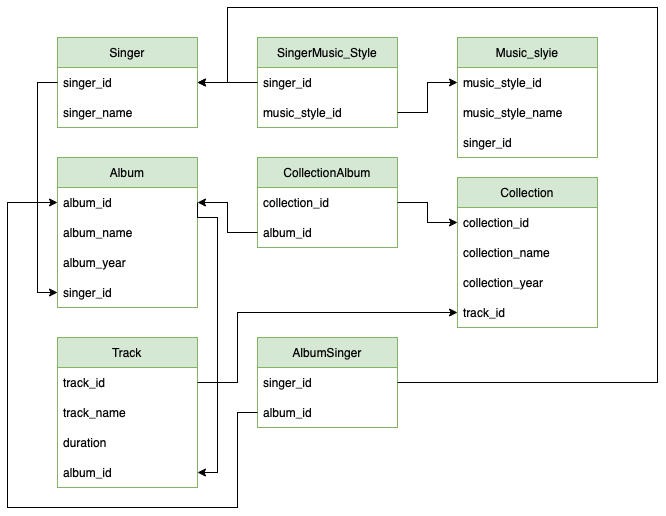
NavaEtin/DB_hw3_py46 keeps this draw.io diagram as ER_album_collection.png. Above is the earlier version. Source tidied: cells renumbered, new cells last; positions are measured from the earlier drawing's top-left corner, leaving out a move shared by most shapes.
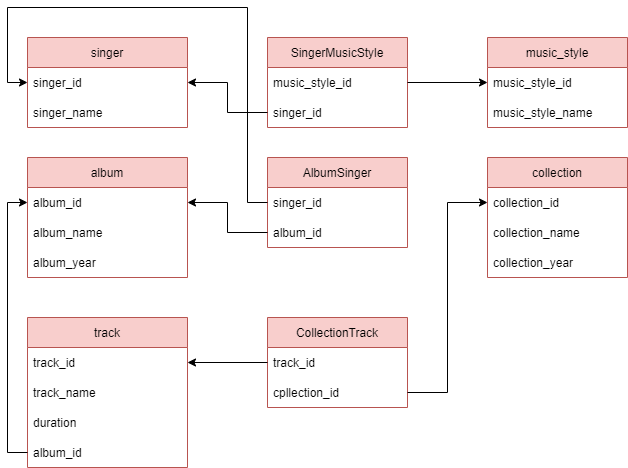
Later version of the same file.

Change to the diagram source:
```diff
@@ -2,150 +2,117 @@
   <root>
     <mxCell id="0" />
     <mxCell id="1" parent="0" />
-    <mxCell id="2" value="Singer" style="swimlane;fontStyle=0;horizontal=1;startSize=30;fillColor=#d5e8d4;strokeColor=#82b366;" parent="1" vertex="1">
-      <mxGeometry x="50" y="30" width="140" height="90" as="geometry" />
-    </mxCell>
-    <mxCell id="3" value="singer_id" style="text;strokeColor=none;fillColor=none;align=left;verticalAlign=middle;spacingLeft=4;spacingRight=4;overflow=hidden;points=[[0,0.5],[1,0.5]];portConstraint=eastwest;" parent="2" vertex="1">
-      <mxGeometry y="30" width="140" height="30" as="geometry" />
-    </mxCell>
+    <mxCell id="42" value="singer" style="swimlane;fontStyle=0;horizontal=1;startSize=30;fillColor=#f8cecc;strokeColor=#b85450;" parent="1" vertex="1">
+      <mxGeometry x="10" y="210" width="160" height="90" as="geometry" />
+    </mxCell>
+    <mxCell id="43" value="singer_id" style="text;strokeColor=none;fillColor=none;align=left;verticalAlign=middle;spacingLeft=4;spacingRight=4;overflow=hidden;points=[[0,0.5],[1,0.5]];portConstraint=eastwest;" parent="42" vertex="1">
+      <mxGeometry y="30" width="160" height="30" as="geometry" />
+    </mxCell>
-    <mxCell id="4" value="singer_name" style="text;strokeColor=none;fillColor=none;align=left;verticalAlign=middle;spacingLeft=4;spacingRight=4;overflow=hidden;" parent="2" vertex="1">
-      <mxGeometry y="60" width="140" height="30" as="geometry" />
+    <mxCell id="4" value="singer_name" style="text;strokeColor=none;fillColor=none;align=left;verticalAlign=middle;spacingLeft=4;spacingRight=4;overflow=hidden;" parent="42" vertex="1">
+      <mxGeometry y="60" width="160" height="30" as="geometry" />
     </mxCell>
-    <mxCell id="5" value="SingerMusic_Style" style="swimlane;fontStyle=0;horizontal=1;startSize=30;fillColor=#d5e8d4;strokeColor=#82b366;" parent="1" vertex="1">
-      <mxGeometry x="250" y="30" width="140" height="90" as="geometry" />
-    </mxCell>
-    <mxCell id="6" value="singer_id" style="text;strokeColor=none;fillColor=none;align=left;verticalAlign=middle;spacingLeft=4;spacingRight=4;overflow=hidden;points=[[0,0.5],[1,0.5]];portConstraint=eastwest;" parent="5" vertex="1">
-      <mxGeometry y="30" width="140" height="30" as="geometry" />
-    </mxCell>
-    <mxCell id="7" value="music_style_id" style="text;strokeColor=none;fillColor=none;align=left;verticalAlign=middle;spacingLeft=4;spacingRight=4;overflow=hidden;points=[[0,0.5],[1,0.5]];portConstraint=eastwest;" parent="5" vertex="1">
-      <mxGeometry y="60" width="140" height="30" as="geometry" />
-    </mxCell>
-    <mxCell id="8" value="Album" style="swimlane;fontStyle=0;horizontal=1;startSize=30;fillColor=#d5e8d4;strokeColor=#82b366;" parent="1" vertex="1">
-      <mxGeometry x="50" y="150" width="140" height="150" as="geometry" />
-    </mxCell>
-    <mxCell id="9" value="album_id" style="text;strokeColor=none;fillColor=none;align=left;verticalAlign=middle;spacingLeft=4;spacingRight=4;overflow=hidden;points=[[0,0.5],[1,0.5]];portConstraint=eastwest;" parent="8" vertex="1">
-      <mxGeometry y="30" width="140" height="30" as="geometry" />
-    </mxCell>
+    <mxCell id="44" value="album" style="swimlane;fontStyle=0;horizontal=1;startSize=30;fillColor=#f8cecc;strokeColor=#b85450;" parent="1" vertex="1">
+      <mxGeometry x="10" y="330" width="160" height="120" as="geometry" />
+    </mxCell>
+    <mxCell id="45" value="album_id" style="text;strokeColor=none;fillColor=none;align=left;verticalAlign=middle;spacingLeft=4;spacingRight=4;overflow=hidden;points=[[0,0.5],[1,0.5]];portConstraint=eastwest;" parent="44" vertex="1">
+      <mxGeometry y="30" width="160" height="30" as="geometry" />
+    </mxCell>
-    <mxCell id="10" value="album_name" style="text;strokeColor=none;fillColor=none;align=left;verticalAlign=middle;spacingLeft=4;spacingRight=4;overflow=hidden;" parent="8" vertex="1">
-      <mxGeometry y="60" width="140" height="30" as="geometry" />
+    <mxCell id="10" value="album_name" style="text;strokeColor=none;fillColor=none;align=left;verticalAlign=middle;spacingLeft=4;spacingRight=4;overflow=hidden;" parent="44" vertex="1">
+      <mxGeometry y="60" width="160" height="30" as="geometry" />
     </mxCell>
-    <mxCell id="11" value="album_year" style="text;strokeColor=none;fillColor=none;align=left;verticalAlign=middle;spacingLeft=4;spacingRight=4;overflow=hidden;" parent="8" vertex="1">
-      <mxGeometry y="90" width="140" height="30" as="geometry" />
+    <mxCell id="11" value="album_year" style="text;strokeColor=none;fillColor=none;align=left;verticalAlign=middle;spacingLeft=4;spacingRight=4;overflow=hidden;" parent="44" vertex="1">
+      <mxGeometry y="90" width="160" height="30" as="geometry" />
     </mxCell>
-    <mxCell id="12" value="singer_id" style="text;strokeColor=none;fillColor=none;align=left;verticalAlign=middle;spacingLeft=4;spacingRight=4;overflow=hidden;points=[[0,0.5],[1,0.5]];portConstraint=eastwest;" parent="8" vertex="1">
-      <mxGeometry y="120" width="140" height="30" as="geometry" />
-    </mxCell>
-    <mxCell id="13" value="CollectionAlbum" style="swimlane;fontStyle=0;horizontal=1;startSize=30;fillColor=#d5e8d4;strokeColor=#82b366;" parent="1" vertex="1">
-      <mxGeometry x="250" y="150" width="140" height="90" as="geometry" />
-    </mxCell>
-    <mxCell id="14" value="collection_id" style="text;strokeColor=none;fillColor=none;align=left;verticalAlign=middle;spacingLeft=4;spacingRight=4;overflow=hidden;points=[[0,0.5],[1,0.5]];portConstraint=eastwest;" parent="13" vertex="1">
-      <mxGeometry y="30" width="140" height="30" as="geometry" />
-    </mxCell>
-    <mxCell id="15" value="album_id" style="text;strokeColor=none;fillColor=none;align=left;verticalAlign=middle;spacingLeft=4;spacingRight=4;overflow=hidden;points=[[0,0.5],[1,0.5]];portConstraint=eastwest;" parent="13" vertex="1">
-      <mxGeometry y="60" width="140" height="30" as="geometry" />
-    </mxCell>
-    <mxCell id="16" value="Music_slyie" style="swimlane;fontStyle=0;horizontal=1;startSize=30;fillColor=#d5e8d4;strokeColor=#82b366;" parent="1" vertex="1">
-      <mxGeometry x="450" y="30" width="140" height="120" as="geometry" />
-    </mxCell>
-    <mxCell id="17" value="music_style_id" style="text;strokeColor=none;fillColor=none;align=left;verticalAlign=middle;spacingLeft=4;spacingRight=4;overflow=hidden;points=[[0,0.5],[1,0.5]];portConstraint=eastwest;" parent="16" vertex="1">
-      <mxGeometry y="30" width="140" height="30" as="geometry" />
-    </mxCell>
+    <mxCell id="46" value="track" style="swimlane;fontStyle=0;horizontal=1;startSize=30;fillColor=#f8cecc;strokeColor=#b85450;" parent="1" vertex="1">
+      <mxGeometry x="10" y="490" width="160" height="150" as="geometry" />
+    </mxCell>
+    <mxCell id="24" value="track_id" style="text;strokeColor=none;fillColor=none;align=left;verticalAlign=middle;spacingLeft=4;spacingRight=4;overflow=hidden;points=[[0,0.5],[1,0.5]];portConstraint=eastwest;" parent="46" vertex="1">
+      <mxGeometry y="30" width="160" height="30" as="geometry" />
+    </mxCell>
+    <mxCell id="27" value="track_name" style="text;strokeColor=none;fillColor=none;align=left;verticalAlign=middle;spacingLeft=4;spacingRight=4;overflow=hidden;" parent="46" vertex="1">
+      <mxGeometry y="60" width="160" height="30" as="geometry" />
+    </mxCell>
+    <mxCell id="28" value="duration" style="text;strokeColor=none;fillColor=none;align=left;verticalAlign=middle;spacingLeft=4;spacingRight=4;overflow=hidden;" parent="46" vertex="1">
+      <mxGeometry y="90" width="160" height="30" as="geometry" />
+    </mxCell>
+    <mxCell id="47" value="album_id" style="text;strokeColor=none;fillColor=none;align=left;verticalAlign=middle;spacingLeft=4;spacingRight=4;overflow=hidden;points=[[0,0.5],[1,0.5]];portConstraint=eastwest;" parent="46" vertex="1">
+      <mxGeometry y="120" width="160" height="30" as="geometry" />
+    </mxCell>
+    <mxCell id="48" value="SingerMusicStyle" style="swimlane;fontStyle=0;horizontal=1;startSize=30;fillColor=#f8cecc;strokeColor=#b85450;" parent="1" vertex="1">
+      <mxGeometry x="250" y="210" width="140" height="90" as="geometry" />
+    </mxCell>
+    <mxCell id="49" value="music_style_id" style="text;strokeColor=none;fillColor=none;align=left;verticalAlign=middle;spacingLeft=4;spacingRight=4;overflow=hidden;points=[[0,0.5],[1,0.5]];portConstraint=eastwest;" parent="48" vertex="1">
+      <mxGeometry y="30" width="140" height="30" as="geometry" />
+    </mxCell>
+    <mxCell id="50" value="singer_id" style="text;strokeColor=none;fillColor=none;align=left;verticalAlign=middle;spacingLeft=4;spacingRight=4;overflow=hidden;points=[[0,0.5],[1,0.5]];portConstraint=eastwest;" parent="48" vertex="1">
+      <mxGeometry y="60" width="140" height="30" as="geometry" />
+    </mxCell>
+    <mxCell id="51" value="music_style" style="swimlane;fontStyle=0;horizontal=1;startSize=30;fillColor=#f8cecc;strokeColor=#b85450;" parent="1" vertex="1">
+      <mxGeometry x="470" y="210" width="140" height="90" as="geometry" />
+    </mxCell>
+    <mxCell id="52" value="music_style_id" style="text;strokeColor=none;fillColor=none;align=left;verticalAlign=middle;spacingLeft=4;spacingRight=4;overflow=hidden;points=[[0,0.5],[1,0.5]];portConstraint=eastwest;" parent="51" vertex="1">
+      <mxGeometry y="30" width="140" height="30" as="geometry" />
+    </mxCell>
-    <mxCell id="18" value="music_style_name" style="text;strokeColor=none;fillColor=none;align=left;verticalAlign=middle;spacingLeft=4;spacingRight=4;overflow=hidden;" parent="16" vertex="1">
+    <mxCell id="18" value="music_style_name" style="text;strokeColor=none;fillColor=none;align=left;verticalAlign=middle;spacingLeft=4;spacingRight=4;overflow=hidden;" parent="51" vertex="1">
       <mxGeometry y="60" width="140" height="30" as="geometry" />
     </mxCell>
-    <mxCell id="19" value="singer_id" style="text;strokeColor=none;fillColor=none;align=left;verticalAlign=middle;spacingLeft=4;spacingRight=4;overflow=hidden;" parent="16" vertex="1">
-      <mxGeometry y="90" width="140" height="30" as="geometry" />
-    </mxCell>
-    <mxCell id="20" value="Collection" style="swimlane;fontStyle=0;horizontal=1;startSize=30;fillColor=#d5e8d4;strokeColor=#82b366;" parent="1" vertex="1">
-      <mxGeometry x="450" y="170" width="140" height="150" as="geometry" />
-    </mxCell>
-    <mxCell id="21" value="collection_id" style="text;strokeColor=none;fillColor=none;align=left;verticalAlign=middle;spacingLeft=4;spacingRight=4;overflow=hidden;points=[[0,0.5],[1,0.5]];portConstraint=eastwest;" parent="20" vertex="1">
-      <mxGeometry y="30" width="140" height="30" as="geometry" />
-    </mxCell>
+    <mxCell id="30" value="AlbumSinger" style="swimlane;fontStyle=0;horizontal=1;startSize=30;fillColor=#f8cecc;strokeColor=#b85450;" parent="1" vertex="1">
+      <mxGeometry x="250" y="330" width="140" height="90" as="geometry" />
+    </mxCell>
+    <mxCell id="53" value="singer_id" style="text;strokeColor=none;fillColor=none;align=left;verticalAlign=middle;spacingLeft=4;spacingRight=4;overflow=hidden;points=[[0,0.5],[1,0.5]];portConstraint=eastwest;" parent="30" vertex="1">
+      <mxGeometry y="30" width="140" height="30" as="geometry" />
+    </mxCell>
+    <mxCell id="54" value="album_id" style="text;strokeColor=none;fillColor=none;align=left;verticalAlign=middle;spacingLeft=4;spacingRight=4;overflow=hidden;points=[[0,0.5],[1,0.5]];portConstraint=eastwest;" parent="30" vertex="1">
+      <mxGeometry y="60" width="140" height="30" as="geometry" />
+    </mxCell>
+    <mxCell id="55" value="collection" style="swimlane;fontStyle=0;horizontal=1;startSize=30;fillColor=#f8cecc;strokeColor=#b85450;" parent="1" vertex="1">
+      <mxGeometry x="470" y="330" width="140" height="120" as="geometry" />
+    </mxCell>
+    <mxCell id="56" value="collection_id" style="text;strokeColor=none;fillColor=none;align=left;verticalAlign=middle;spacingLeft=4;spacingRight=4;overflow=hidden;points=[[0,0.5],[1,0.5]];portConstraint=eastwest;" parent="55" vertex="1">
+      <mxGeometry y="30" width="140" height="30" as="geometry" />
+    </mxCell>
-    <mxCell id="22" value="collection_name" style="text;strokeColor=none;fillColor=none;align=left;verticalAlign=middle;spacingLeft=4;spacingRight=4;overflow=hidden;" parent="20" vertex="1">
+    <mxCell id="22" value="collection_name" style="text;strokeColor=none;fillColor=none;align=left;verticalAlign=middle;spacingLeft=4;spacingRight=4;overflow=hidden;" parent="55" vertex="1">
       <mxGeometry y="60" width="140" height="30" as="geometry" />
     </mxCell>
-    <mxCell id="23" value="collection_year" style="text;strokeColor=none;fillColor=none;align=left;verticalAlign=middle;spacingLeft=4;spacingRight=4;overflow=hidden;" parent="20" vertex="1">
+    <mxCell id="23" value="collection_year" style="text;strokeColor=none;fillColor=none;align=left;verticalAlign=middle;spacingLeft=4;spacingRight=4;overflow=hidden;" parent="55" vertex="1">
       <mxGeometry y="90" width="140" height="30" as="geometry" />
     </mxCell>
-    <mxCell id="24" value="track_id" style="text;strokeColor=none;fillColor=none;align=left;verticalAlign=middle;spacingLeft=4;spacingRight=4;overflow=hidden;points=[[0,0.5],[1,0.5]];portConstraint=eastwest;" parent="20" vertex="1">
-      <mxGeometry y="120" width="140" height="30" as="geometry" />
-    </mxCell>
-    <mxCell id="25" value="Track" style="swimlane;fontStyle=0;horizontal=1;startSize=30;fillColor=#d5e8d4;strokeColor=#82b366;" parent="1" vertex="1">
-      <mxGeometry x="50" y="330" width="140" height="150" as="geometry" />
-    </mxCell>
+    <mxCell id="57" value="CollectionTrack" style="swimlane;fontStyle=0;horizontal=1;startSize=30;fillColor=#f8cecc;strokeColor=#b85450;" parent="1" vertex="1">
+      <mxGeometry x="250" y="490" width="140" height="90" as="geometry" />
+    </mxCell>
-    <mxCell id="26" value="track_id" style="text;strokeColor=none;fillColor=none;align=left;verticalAlign=middle;spacingLeft=4;spacingRight=4;overflow=hidden;points=[[0,0.5],[1,0.5]];portConstraint=eastwest;" parent="25" vertex="1">
+    <mxCell id="26" value="track_id" style="text;strokeColor=none;fillColor=none;align=left;verticalAlign=middle;spacingLeft=4;spacingRight=4;overflow=hidden;points=[[0,0.5],[1,0.5]];portConstraint=eastwest;" parent="57" vertex="1">
       <mxGeometry y="30" width="140" height="30" as="geometry" />
     </mxCell>
-    <mxCell id="27" value="track_name" style="text;strokeColor=none;fillColor=none;align=left;verticalAlign=middle;spacingLeft=4;spacingRight=4;overflow=hidden;" parent="25" vertex="1">
-      <mxGeometry y="60" width="140" height="30" as="geometry" />
-    </mxCell>
-    <mxCell id="28" value="duration" style="text;strokeColor=none;fillColor=none;align=left;verticalAlign=middle;spacingLeft=4;spacingRight=4;overflow=hidden;" parent="25" vertex="1">
-      <mxGeometry y="90" width="140" height="30" as="geometry" />
-    </mxCell>
-    <mxCell id="29" value="album_id" style="text;strokeColor=none;fillColor=none;align=left;verticalAlign=middle;spacingLeft=4;spacingRight=4;overflow=hidden;points=[[0,0.5],[1,0.5]];portConstraint=eastwest;" parent="25" vertex="1">
-      <mxGeometry y="120" width="140" height="30" as="geometry" />
-    </mxCell>
-    <mxCell id="30" value="AlbumSinger" style="swimlane;fontStyle=0;horizontal=1;startSize=30;fillColor=#d5e8d4;strokeColor=#82b366;" parent="1" vertex="1">
-      <mxGeometry x="250" y="330" width="140" height="90" as="geometry" />
-    </mxCell>
-    <mxCell id="31" value="singer_id" style="text;strokeColor=none;fillColor=none;align=left;verticalAlign=middle;spacingLeft=4;spacingRight=4;overflow=hidden;points=[[0,0.5],[1,0.5]];portConstraint=eastwest;" parent="30" vertex="1">
-      <mxGeometry y="30" width="140" height="30" as="geometry" />
-    </mxCell>
-    <mxCell id="32" value="album_id" style="text;strokeColor=none;fillColor=none;align=left;verticalAlign=middle;spacingLeft=4;spacingRight=4;overflow=hidden;points=[[0,0.5],[1,0.5]];portConstraint=eastwest;" parent="30" vertex="1">
-      <mxGeometry y="60" width="140" height="30" as="geometry" />
-    </mxCell>
-    <mxCell id="33" style="edgeStyle=orthogonalEdgeStyle;rounded=0;jettySize=auto;html=1;exitX=0;exitY=0.5;exitDx=0;exitDy=0;entryX=0;entryY=0.5;entryDx=0;entryDy=0;" parent="1" edge="1" source="3" target="12">
-      <mxGeometry relative="1" as="geometry" />
-    </mxCell>
-    <mxCell id="34" style="edgeStyle=orthogonalEdgeStyle;rounded=0;jettySize=auto;html=1;exitX=1;exitY=0.5;exitDx=0;exitDy=0;entryX=1;entryY=0.5;entryDx=0;entryDy=0;" parent="1" edge="1" source="9" target="29">
-      <mxGeometry relative="1" as="geometry">
-        <Array as="points">
-          <mxPoint x="190" y="210" />
-          <mxPoint x="210" y="210" />
-          <mxPoint x="210" y="465" />
-        </Array>
-      </mxGeometry>
-    </mxCell>
-    <mxCell id="35" style="edgeStyle=orthogonalEdgeStyle;rounded=0;jettySize=auto;html=1;exitX=1;exitY=0.5;exitDx=0;exitDy=0;entryX=0;entryY=0.5;entryDx=0;entryDy=0;" parent="1" edge="1" source="14" target="21">
-      <mxGeometry relative="1" as="geometry" />
-    </mxCell>
-    <mxCell id="36" style="edgeStyle=orthogonalEdgeStyle;rounded=0;jettySize=auto;html=1;exitX=0;exitY=0.5;exitDx=0;exitDy=0;" parent="1" edge="1" source="15" target="9">
-      <mxGeometry relative="1" as="geometry" />
-    </mxCell>
+    <mxCell id="58" value="cpllection_id" style="text;strokeColor=none;fillColor=none;align=left;verticalAlign=middle;spacingLeft=4;spacingRight=4;overflow=hidden;points=[[0,0.5],[1,0.5]];portConstraint=eastwest;" parent="57" vertex="1">
+      <mxGeometry y="60" width="140" height="30" as="geometry" />
+    </mxCell>
+    <mxCell id="59" style="edgeStyle=orthogonalEdgeStyle;rounded=0;jettySize=auto;html=1;exitX=0;exitY=0.5;exitDx=0;exitDy=0;entryX=1;entryY=0.5;entryDx=0;entryDy=0;" parent="1" edge="1" source="50" target="43">
+      <mxGeometry relative="1" as="geometry" />
+    </mxCell>
+    <mxCell id="60" style="edgeStyle=orthogonalEdgeStyle;rounded=0;jettySize=auto;html=1;exitX=1;exitY=0.5;exitDx=0;exitDy=0;" parent="1" edge="1" source="49" target="52">
+      <mxGeometry relative="1" as="geometry" />
+    </mxCell>
-    <mxCell id="37" style="edgeStyle=orthogonalEdgeStyle;rounded=0;jettySize=auto;html=1;exitX=1;exitY=0.5;exitDx=0;exitDy=0;entryX=0;entryY=0.5;entryDx=0;entryDy=0;" parent="1" edge="1" source="26" target="24">
-      <mxGeometry relative="1" as="geometry">
-        <Array as="points">
-          <mxPoint x="230" y="375" />
-          <mxPoint x="230" y="305" />
-        </Array>
-      </mxGeometry>
+    <mxCell id="37" style="edgeStyle=orthogonalEdgeStyle;rounded=0;jettySize=auto;html=1;exitX=0;exitY=0.5;exitDx=0;exitDy=0;entryX=1;entryY=0.5;entryDx=0;entryDy=0;" parent="1" edge="1" source="26" target="24">
+      <mxGeometry relative="1" as="geometry" />
     </mxCell>
-    <mxCell id="38" style="edgeStyle=orthogonalEdgeStyle;rounded=0;jettySize=auto;html=1;exitX=0;exitY=0.5;exitDx=0;exitDy=0;entryX=0;entryY=0.5;entryDx=0;entryDy=0;" parent="1" edge="1" source="32" target="9">
-      <mxGeometry relative="1" as="geometry">
-        <Array as="points">
-          <mxPoint x="230" y="405" />
-          <mxPoint x="230" y="500" />
-          <mxPoint y="500" />
-          <mxPoint y="195" />
-        </Array>
-      </mxGeometry>
-    </mxCell>
-    <mxCell id="39" style="edgeStyle=orthogonalEdgeStyle;rounded=0;jettySize=auto;html=1;exitX=1;exitY=0.5;exitDx=0;exitDy=0;entryX=0;entryY=0.5;entryDx=0;entryDy=0;" parent="1" edge="1" source="7" target="17">
-      <mxGeometry relative="1" as="geometry" />
-    </mxCell>
-    <mxCell id="40" style="edgeStyle=orthogonalEdgeStyle;rounded=0;jettySize=auto;html=1;exitX=0;exitY=0.5;exitDx=0;exitDy=0;entryX=1;entryY=0.5;entryDx=0;entryDy=0;" parent="1" edge="1" source="6" target="3">
-      <mxGeometry relative="1" as="geometry" />
-    </mxCell>
-    <mxCell id="41" style="edgeStyle=orthogonalEdgeStyle;rounded=0;jettySize=auto;html=1;exitX=1;exitY=0.5;exitDx=0;exitDy=0;entryX=1;entryY=0.5;entryDx=0;entryDy=0;" parent="1" edge="1" source="31" target="3">
-      <mxGeometry relative="1" as="geometry">
-        <Array as="points">
-          <mxPoint x="650" y="375" />
-          <mxPoint x="650" />
-          <mxPoint x="220" />
-          <mxPoint x="220" y="75" />
-        </Array>
-      </mxGeometry>
-    </mxCell>
+    <mxCell id="61" style="edgeStyle=orthogonalEdgeStyle;rounded=0;jettySize=auto;html=1;exitX=1;exitY=0.5;exitDx=0;exitDy=0;entryX=0;entryY=0.5;entryDx=0;entryDy=0;" parent="1" edge="1" source="58" target="56">
+      <mxGeometry relative="1" as="geometry" />
+    </mxCell>
+    <mxCell id="62" style="edgeStyle=orthogonalEdgeStyle;rounded=0;jettySize=auto;html=1;exitX=0;exitY=0.5;exitDx=0;exitDy=0;entryX=0;entryY=0.5;entryDx=0;entryDy=0;" parent="1" edge="1" source="47" target="45">
+      <mxGeometry relative="1" as="geometry" />
+    </mxCell>
+    <mxCell id="63" style="edgeStyle=orthogonalEdgeStyle;rounded=0;jettySize=auto;html=1;exitX=0;exitY=0.5;exitDx=0;exitDy=0;entryX=0;entryY=0.5;entryDx=0;entryDy=0;" parent="1" edge="1" source="53" target="43">
+      <mxGeometry relative="1" as="geometry">
+        <Array as="points">
+          <mxPoint x="230" y="375" />
+          <mxPoint x="230" y="180" />
+          <mxPoint x="-10" y="180" />
+          <mxPoint x="-10" y="255" />
+        </Array>
+      </mxGeometry>
+    </mxCell>
+    <mxCell id="64" style="edgeStyle=orthogonalEdgeStyle;rounded=0;jettySize=auto;html=1;exitX=0;exitY=0.5;exitDx=0;exitDy=0;entryX=1;entryY=0.5;entryDx=0;entryDy=0;" parent="1" edge="1" source="54" target="45">
+      <mxGeometry relative="1" as="geometry" />
+    </mxCell>
   </root>
 </mxGraphModel>
```
